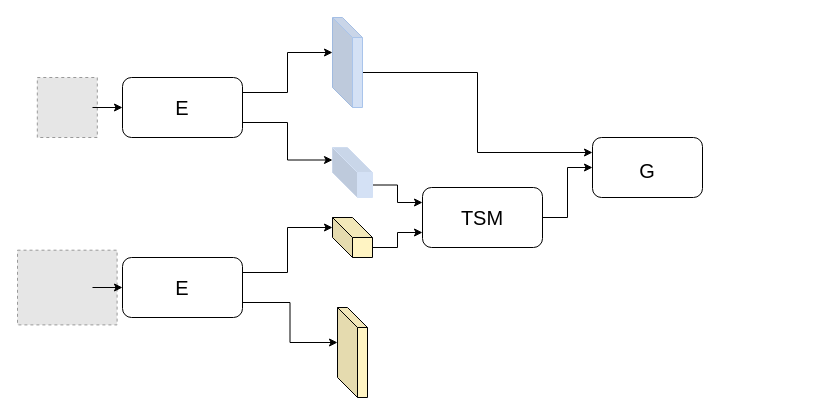
The draw.io diagram 未命名绘图.drawio in bill20201015/DCM2PNG, before the edit. Source tidied: cells renumbered, new cells numbered last; positions are measured from the earlier drawing's top-left corner, leaving out a move shared by most shapes. Both pictures are drawn from the tidied source at 100%, with x=0, y=0 at pixel (17, 17). Pictures stored in the file or linked from it are replaced by grey dashed boxes.
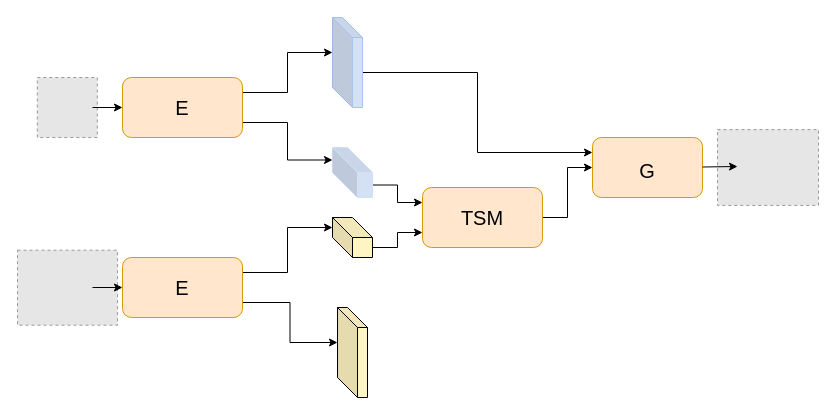
The same diagram, later.

The edit, as a diff of the source:
```diff
@@
-    <mxCell id="11" value="&lt;font style=&quot;font-size: 20px;&quot;&gt;E&lt;/font&gt;" style="rounded=1;whiteSpace=wrap;html=1;" parent="1" vertex="1">
+    <mxCell id="11" value="&lt;font style=&quot;font-size: 20px;&quot;&gt;E&lt;/font&gt;" style="rounded=1;whiteSpace=wrap;html=1;fillColor=#ffe6cc;strokeColor=#d79b00;" parent="1" vertex="1">
       <mxGeometry x="105" y="60" width="120" height="60" as="geometry" />
     </mxCell>
@@
-    <mxCell id="14" value="&lt;font style=&quot;font-size: 20px;&quot;&gt;E&lt;/font&gt;" style="rounded=1;whiteSpace=wrap;html=1;" parent="1" vertex="1">
+    <mxCell id="14" value="&lt;font style=&quot;font-size: 20px;&quot;&gt;E&lt;/font&gt;" style="rounded=1;whiteSpace=wrap;html=1;fillColor=#ffe6cc;strokeColor=#d79b00;" parent="1" vertex="1">
       <mxGeometry x="105" y="240" width="120" height="60" as="geometry" />
     </mxCell>
@@
-    <mxCell id="16" value="&lt;font style=&quot;font-size: 20px;&quot;&gt;TSM&lt;/font&gt;" style="rounded=1;whiteSpace=wrap;html=1;" parent="1" vertex="1">
+    <mxCell id="16" value="&lt;font style=&quot;font-size: 20px;&quot;&gt;TSM&lt;/font&gt;" style="rounded=1;whiteSpace=wrap;html=1;fillColor=#ffe6cc;strokeColor=#d79b00;" parent="1" vertex="1">
       <mxGeometry x="405" y="170" width="120" height="60" as="geometry" />
     </mxCell>
-    <mxCell id="17" value="&lt;font style=&quot;font-size: 20px;&quot;&gt;G&lt;/font&gt;" style="rounded=1;whiteSpace=wrap;html=1;fontSize=30;" parent="1" vertex="1">
+    <mxCell id="17" value="&lt;font style=&quot;font-size: 20px;&quot;&gt;G&lt;/font&gt;" style="rounded=1;whiteSpace=wrap;html=1;fontSize=30;fillColor=#ffe6cc;strokeColor=#d79b00;" parent="1" vertex="1">
       <mxGeometry x="575" y="120" width="110" height="60" as="geometry" />
     </mxCell>
     <mxCell id="18" style="fillColor=#E6E6E6;strokeColor=#999999;dashed=1;verticalLabelPosition=bottom;labelBackgroundColor=default;verticalAlign=top;" parent="1" vertex="1">
-      <mxGeometry y="232.7" width="99.6" height="74.7" as="geometry" />
+      <mxGeometry y="232.7" width="100" height="75" as="geometry" />
     </mxCell>
@@
+    <mxCell id="22" style="fillColor=#E6E6E6;strokeColor=#999999;dashed=1;verticalLabelPosition=bottom;labelBackgroundColor=default;verticalAlign=top;" parent="1" vertex="1">
+      <mxGeometry x="700" y="112.1" width="101" height="75.8" as="geometry" />
+    </mxCell>
+    <mxCell id="23" style="endArrow=classic;html=1;rounded=0;" parent="1" edge="1">
+      <mxGeometry relative="1" as="geometry">
+        <mxPoint x="685" y="149.5" as="sourcePoint" />
+        <mxPoint x="720" y="149" as="targetPoint" />
+      </mxGeometry>
+    </mxCell>
```
